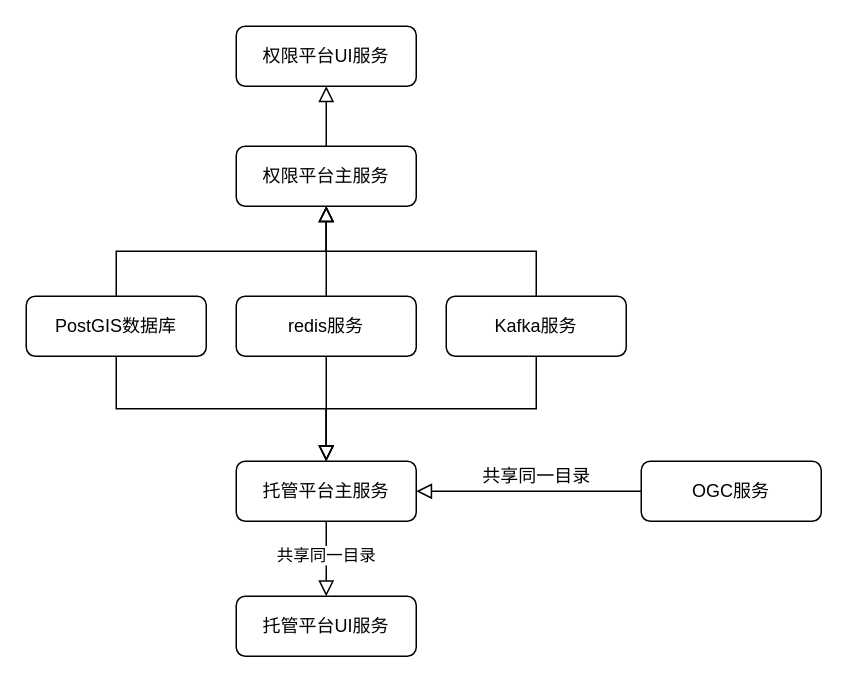
This is spatial-data-manager-docker.drawio from ninexy/SpringcloudConfig-1, a draw.io file, before an edit. Source tidied: cells renumbered, new cells numbered last; positions are measured from the earlier drawing's top-left corner, leaving out a move shared by most shapes. Both pictures are drawn from the tidied source at 150%, with x=0, y=0 at pixel (26, 26).
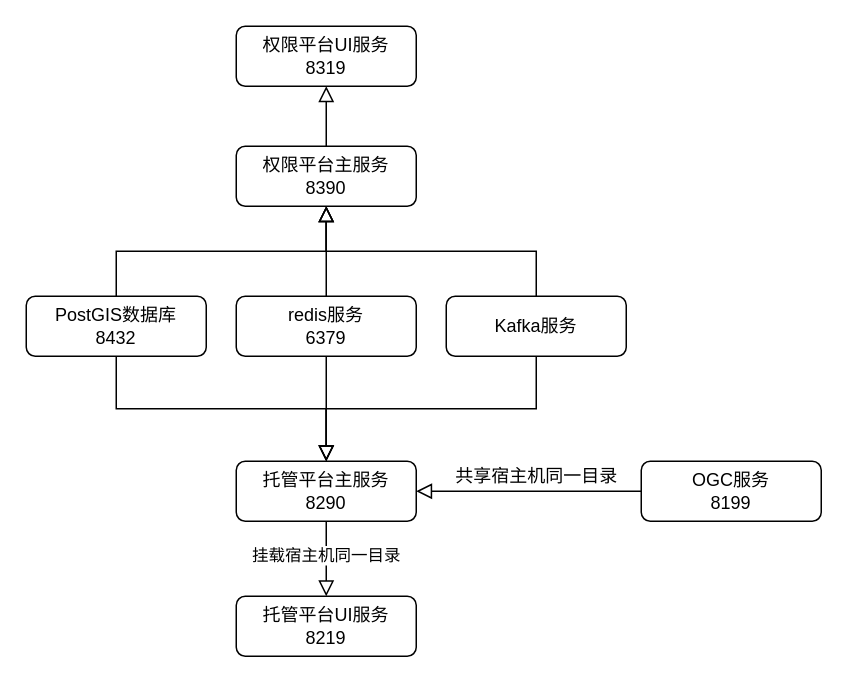
After the change.

Unchanged cells that the change refers to:
```xml
<mxCell id="2" style="rounded=0;html=1;jettySize=auto;fontSize=11;endArrow=block;endFill=0;endSize=8;strokeWidth=1;shadow=0;labelBackgroundColor=none;edgeStyle=orthogonalEdgeStyle;exitX=0.5;exitY=1;exitDx=0;exitDy=0;entryX=0.5;entryY=0;entryDx=0;entryDy=0;" parent="1" edge="1" source="5" target="4">
  <mxGeometry relative="1" as="geometry" />
</mxCell>
```

Diff of the diagram source:
```diff
@@
-    <mxCell id="3" value="共享同一目录" style="edgeLabel;html=1;align=center;verticalAlign=middle;" parent="2" vertex="1">
+    <mxCell id="3" value="挂载宿主机同一目录" style="edgeLabel;html=1;align=center;verticalAlign=middle;" parent="2" vertex="1">
       <mxGeometry x="-0.12" y="-1" relative="1" as="geometry" />
     </mxCell>
-    <mxCell id="4" value="托管平台UI服务" style="rounded=1;whiteSpace=wrap;html=1;fontSize=12;glass=0;strokeWidth=1;shadow=0;" parent="1" vertex="1">
+    <mxCell id="4" value="托管平台UI服务&lt;br&gt;8219" style="rounded=1;whiteSpace=wrap;html=1;fontSize=12;glass=0;strokeWidth=1;shadow=0;" parent="1" vertex="1">
       <mxGeometry x="140" y="380" width="120" height="40" as="geometry" />
     </mxCell>
-    <mxCell id="5" value="托管平台主服务" style="rounded=1;whiteSpace=wrap;html=1;fontSize=12;glass=0;strokeWidth=1;shadow=0;" parent="1" vertex="1">
+    <mxCell id="5" value="托管平台主服务&lt;br&gt;8290" style="rounded=1;whiteSpace=wrap;html=1;fontSize=12;glass=0;strokeWidth=1;shadow=0;" parent="1" vertex="1">
       <mxGeometry x="140" y="290" width="120" height="40" as="geometry" />
     </mxCell>
@@
-    <mxCell id="8" value="PostGIS数据库" style="rounded=1;whiteSpace=wrap;html=1;fontSize=12;glass=0;strokeWidth=1;shadow=0;" parent="1" vertex="1">
+    <mxCell id="8" value="PostGIS数据库&lt;br&gt;8432" style="rounded=1;whiteSpace=wrap;html=1;fontSize=12;glass=0;strokeWidth=1;shadow=0;" parent="1" vertex="1">
       <mxGeometry y="180" width="120" height="40" as="geometry" />
     </mxCell>
@@
-    <mxCell id="11" value="redis服务" style="rounded=1;whiteSpace=wrap;html=1;fontSize=12;glass=0;strokeWidth=1;shadow=0;" parent="1" vertex="1">
+    <mxCell id="11" value="redis服务&lt;br&gt;6379" style="rounded=1;whiteSpace=wrap;html=1;fontSize=12;glass=0;strokeWidth=1;shadow=0;" parent="1" vertex="1">
       <mxGeometry x="140" y="180" width="120" height="40" as="geometry" />
     </mxCell>
@@
-    <mxCell id="13" value="权限平台主服务" style="rounded=1;whiteSpace=wrap;html=1;fontSize=12;glass=0;strokeWidth=1;shadow=0;" parent="1" vertex="1">
+    <mxCell id="13" value="权限平台主服务&lt;br&gt;8390" style="rounded=1;whiteSpace=wrap;html=1;fontSize=12;glass=0;strokeWidth=1;shadow=0;" parent="1" vertex="1">
       <mxGeometry x="140" y="80" width="120" height="40" as="geometry" />
     </mxCell>
-    <mxCell id="14" value="权限平台UI服务" style="rounded=1;whiteSpace=wrap;html=1;fontSize=12;glass=0;strokeWidth=1;shadow=0;" parent="1" vertex="1">
+    <mxCell id="14" value="权限平台UI服务&lt;br&gt;8319" style="rounded=1;whiteSpace=wrap;html=1;fontSize=12;glass=0;strokeWidth=1;shadow=0;" parent="1" vertex="1">
       <mxGeometry x="140" width="120" height="40" as="geometry" />
     </mxCell>
@@
-    <mxCell id="16" value="OGC服务" style="rounded=1;whiteSpace=wrap;html=1;fontSize=12;glass=0;strokeWidth=1;shadow=0;" parent="1" vertex="1">
+    <mxCell id="16" value="OGC服务&lt;br&gt;8199" style="rounded=1;whiteSpace=wrap;html=1;fontSize=12;glass=0;strokeWidth=1;shadow=0;" parent="1" vertex="1">
       <mxGeometry x="410" y="290" width="120" height="40" as="geometry" />
     </mxCell>
@@
-    <mxCell id="20" value="共享同一目录" style="text;html=1;align=center;verticalAlign=middle;" parent="1" vertex="1">
-      <mxGeometry x="295" y="290" width="90" height="20" as="geometry" />
+    <mxCell id="20" value="共享宿主机同一目录" style="text;html=1;align=center;verticalAlign=middle;" parent="1" vertex="1">
+      <mxGeometry x="280" y="290" width="120" height="20" as="geometry" />
     </mxCell>
```
